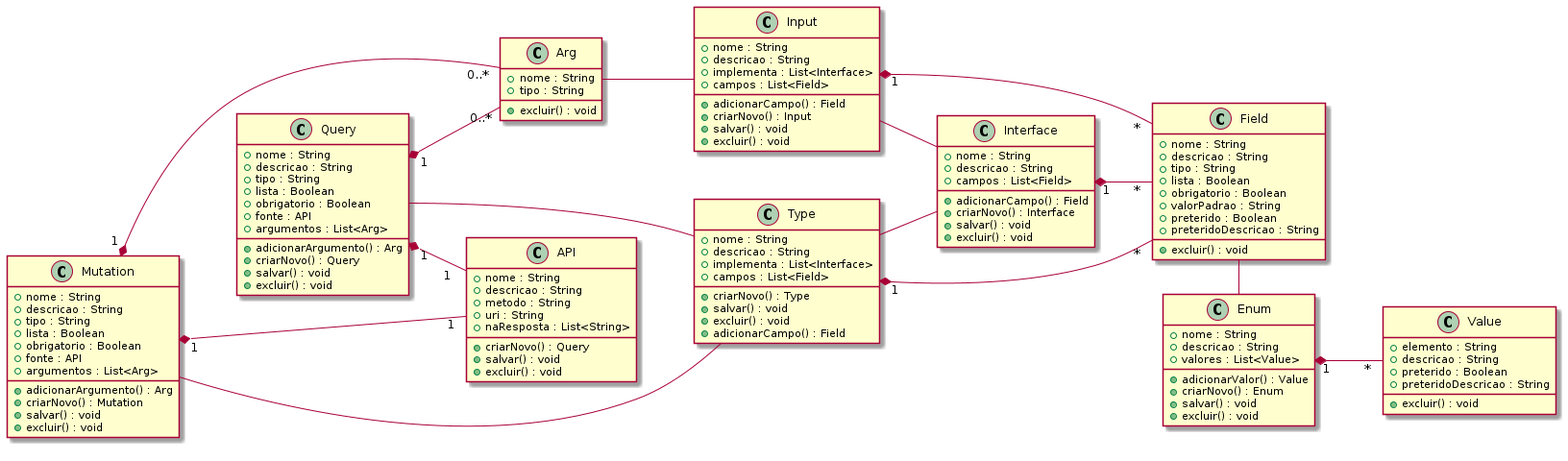
Above: Artefatos/Diagramas/classes.png in ICEI-PUC-Minas-PPLES-TI/plf-es-2022-1-tcci-5308100-dev-marlon-silva (PlantUML), before the change. Source of this version:
```plantuml
@startuml

left to right direction

class Field {
    + nome : String
    + descricao : String
    + tipo : String
    + lista : Boolean
    + obrigatorio : Boolean
    + valorPadrao : String
    + preterido : Boolean
    + preteridoDescricao : String

    + excluir() : void
}

class Type {
    + nome : String
    + descricao : String
    + implementa : List<Interface>
    + campos : List<Field>

    + criarNovo() : Type
    + salvar() : void
    + excluir() : void
    + adicionarCampo() : Field
}

class Input {
    + nome : String
    + descricao : String
    + implementa : List<Interface>
    + campos : List<Field>

    + adicionarCampo() : Field
    + criarNovo() : Input
    + salvar() : void
    + excluir() : void
}

class Interface {
    + nome : String
    + descricao : String
    + campos : List<Field>

    + adicionarCampo() : Field
    + criarNovo() : Interface
    + salvar() : void
    + excluir() : void
}

class Value {
    + elemento : String
    + descricao : String
    + preterido : Boolean
    + preteridoDescricao : String

    + excluir() : void
}

class Enum {
    + nome : String
    + descricao : String
    + valores : List<Value>

    + adicionarValor() : Value
    + criarNovo() : Enum
    + salvar() : void
    + excluir() : void
}

class API {
    + nome : String
    + descricao : String
    + metodo : String
    + uri : String
    + naResposta : List<String>

    + criarNovo() : Query
    + salvar() : void
    + excluir() : void
}

class Arg {
    + nome : String
    + tipo : String

    + excluir() : void
}

class Query {
    + nome : String
    + descricao : String
    + tipo : String
    + lista : Boolean
    + obrigatorio : Boolean
    + fonte : API
    + argumentos : List<Arg>

    + adicionarArgumento() : Arg
    + criarNovo() : Query
    + salvar() : void
    + excluir() : void
}

class Mutation {
    + nome : String
    + descricao : String
    + tipo : String
    + lista : Boolean
    + obrigatorio : Boolean
    + fonte : API
    + argumentos : List<Arg>

    + adicionarArgumento() : Arg
    + criarNovo() : Mutation
    + salvar() : void
    + excluir() : void
}

Type    --  Interface
Input   --  Interface
Arg     --  Input
Field   -   Enum

Type        " 1  "  *--     " * "       Field
Input       " 1 "   *---    " * "       Field
Interface   "1 "    *--     " * "       Field
Enum        "1 "    *--     " * "       Value

Query       " 1  "  *--     " 0..*"     Arg
Query       " 1 "   *--     " 1  "      API
Query               --                  Type

Mutation    " 1 "   *---    " 0..* "    Arg
Mutation    " 1 "   *---    " 1 "       API
Mutation            --                  Type

@enduml
```
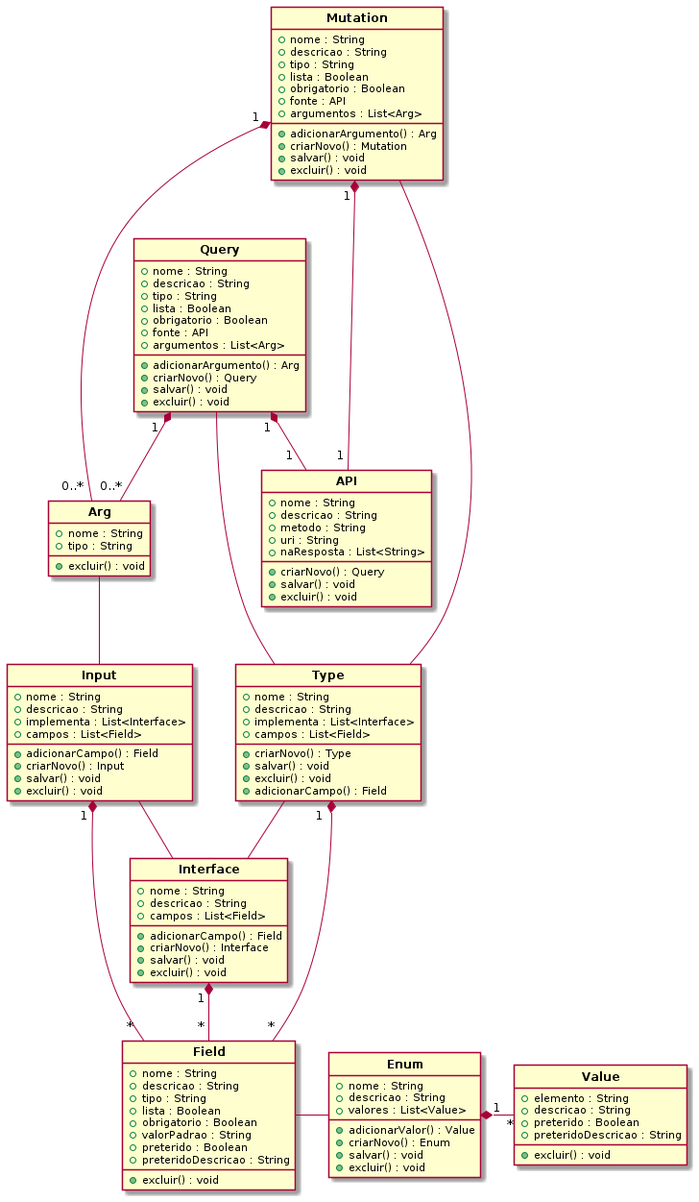
Later version of the same file.

What changed in the source:
```diff
@@ -1,8 +1,8 @@
 @startuml
+hide circle
 
-left to right direction
 
-class Field {
+class "<b>Field</b>" as Field {
     + nome : String
     + descricao : String
     + tipo : String
@@ -15,7 +15,7 @@
     + excluir() : void
 }
 
-class Type {
+class "<b>Type</b>" as Type {
     + nome : String
     + descricao : String
     + implementa : List<Interface>
@@ -27,7 +27,7 @@
     + adicionarCampo() : Field
 }
 
-class Input {
+class "<b>Input</b>" as Input {
     + nome : String
     + descricao : String
     + implementa : List<Interface>
@@ -39,7 +39,7 @@
     + excluir() : void
 }
 
-class Interface {
+class "<b>Interface</b>" as Interface {
     + nome : String
     + descricao : String
     + campos : List<Field>
@@ -50,7 +50,7 @@
     + excluir() : void
 }
 
-class Value {
+class "<b>Value</b>" as Value {
     + elemento : String
     + descricao : String
     + preterido : Boolean
@@ -59,7 +59,7 @@
     + excluir() : void
 }
 
-class Enum {
+class "<b>Enum</b>" as Enum {
     + nome : String
     + descricao : String
     + valores : List<Value>
@@ -70,7 +70,7 @@
     + excluir() : void
 }
 
-class API {
+class "<b>API</b>" as API {
     + nome : String
     + descricao : String
     + metodo : String
@@ -82,14 +82,14 @@
     + excluir() : void
 }
 
-class Arg {
+class "<b>Arg</b>" as Arg {
     + nome : String
     + tipo : String
 
     + excluir() : void
 }
 
-class Query {
+class "<b>Query</b>" as Query {
     + nome : String
     + descricao : String
     + tipo : String
@@ -104,7 +104,7 @@
     + excluir() : void
 }
 
-class Mutation {
+class "<b>Mutation</b>" as Mutation {
     + nome : String
     + descricao : String
     + tipo : String
@@ -125,16 +125,16 @@
 Field   -   Enum
 
 Type        " 1  "  *--     " * "       Field
-Input       " 1 "   *---    " * "       Field
+Input       " 1 "   *--     " * "       Field
 Interface   "1 "    *--     " * "       Field
-Enum        "1 "    *--     " * "       Value
+Enum        " 1 "   *-     "     *"     Value
 
 Query       " 1  "  *--     " 0..*"     Arg
 Query       " 1 "   *--     " 1  "      API
 Query               --                  Type
 
 Mutation    " 1 "   *---    " 0..* "    Arg
-Mutation    " 1 "   *---    " 1 "       API
+Mutation    " 1 "   *--     " 1 "       API
 Mutation            --                  Type
 
 @enduml
```
